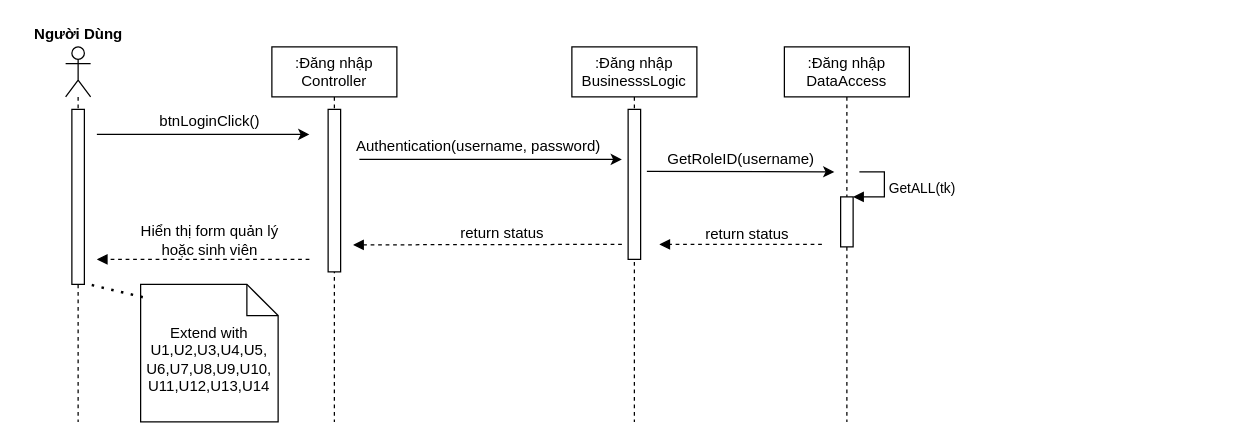
Before: U1 new.drawio in haihak/haihak, a draw.io diagram. Source tidied: cells renumbered, new cells numbered last; positions are measured from the earlier drawing's top-left corner, leaving out a move shared by most shapes. Both pictures are drawn from the tidied source at 125%, with x=0, y=0 at pixel (21, 21).
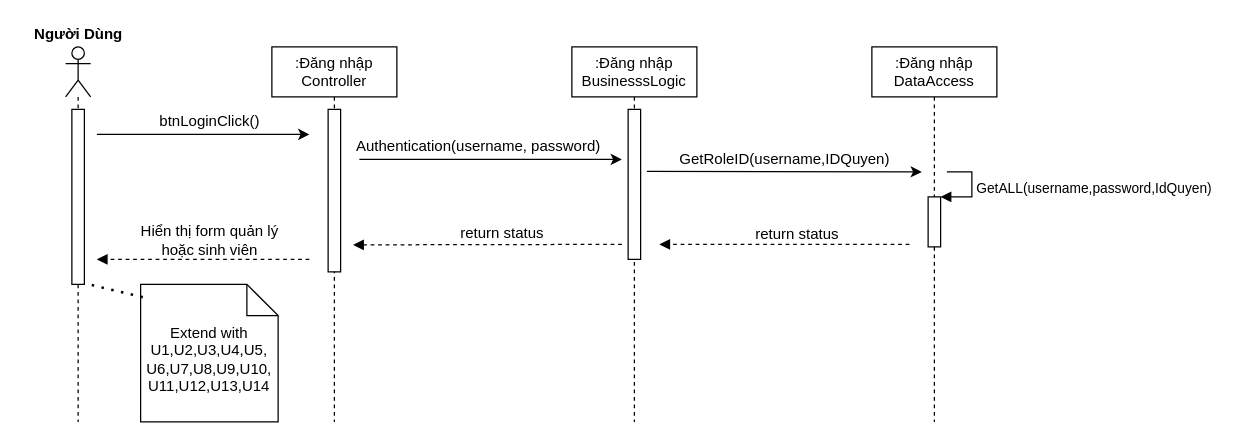
Above is the later version.

Unchanged cells that the change refers to:
```xml
<mxCell id="8" style="html=1;points=[];perimeter=orthogonalPerimeter;" parent="7" vertex="1">
  <mxGeometry x="45" y="120" width="10" height="40" as="geometry" />
</mxCell>
```

Change to the diagram source:
```diff
@@
     <mxCell id="7" value=":Đăng nhập&lt;br&gt;DataAccess" style="shape=umlLifeline;perimeter=lifelinePerimeter;whiteSpace=wrap;html=1;" parent="1" vertex="1">
-      <mxGeometry x="610" y="20" width="100" height="300" as="geometry" />
+      <mxGeometry x="680" y="20" width="100" height="300" as="geometry" />
     </mxCell>
@@
-    <mxCell id="9" value="GetALL(tk)" style="edgeStyle=orthogonalEdgeStyle;html=1;align=left;spacingLeft=2;endArrow=block;rounded=0;entryX=1;entryY=0;" parent="7" edge="1" target="8">
+    <mxCell id="9" value="GetALL(username,password,IdQuyen)" style="edgeStyle=orthogonalEdgeStyle;html=1;align=left;spacingLeft=2;endArrow=block;rounded=0;entryX=1;entryY=0;" parent="7" edge="1" target="8">
       <mxGeometry relative="1" as="geometry">
         <mxPoint x="60" y="100" as="sourcePoint" />
         <Array as="points">
           <mxPoint x="80" y="100" />
         </Array>
       </mxGeometry>
     </mxCell>
@@
-    <mxCell id="16" value="GetRoleID(username)" style="text;html=1;align=center;verticalAlign=middle;strokeColor=none;fillColor=none;" parent="1" vertex="1">
-      <mxGeometry x="510" y="100" width="130" height="20" as="geometry" />
+    <mxCell id="16" value="GetRoleID(username,IDQuyen)" style="text;html=1;align=center;verticalAlign=middle;strokeColor=none;fillColor=none;" parent="1" vertex="1">
+      <mxGeometry x="520" y="100" width="180" height="20" as="geometry" />
     </mxCell>
     <mxCell id="17" style="endArrow=classic;html=1;rounded=0;" parent="1" edge="1">
       <mxGeometry relative="1" as="geometry">
         <mxPoint x="500" y="119.5" as="sourcePoint" />
-        <mxPoint x="650" y="120" as="targetPoint" />
+        <mxPoint x="720" y="120" as="targetPoint" />
       </mxGeometry>
     </mxCell>
@@
     <mxCell id="22" style="html=1;verticalAlign=bottom;labelBackgroundColor=none;endArrow=block;endFill=1;dashed=1;rounded=0;" parent="1" edge="1">
       <mxGeometry relative="1" as="geometry">
-        <mxPoint x="640" y="178" as="sourcePoint" />
+        <mxPoint x="710" y="178" as="sourcePoint" />
         <mxPoint x="510" y="178" as="targetPoint" />
       </mxGeometry>
     </mxCell>
     <mxCell id="23" value="return status" style="text;html=1;align=center;verticalAlign=middle;strokeColor=none;fillColor=none;" parent="1" vertex="1">
-      <mxGeometry x="540" y="160" width="80" height="20" as="geometry" />
+      <mxGeometry x="580" y="160" width="80" height="20" as="geometry" />
     </mxCell>
```
